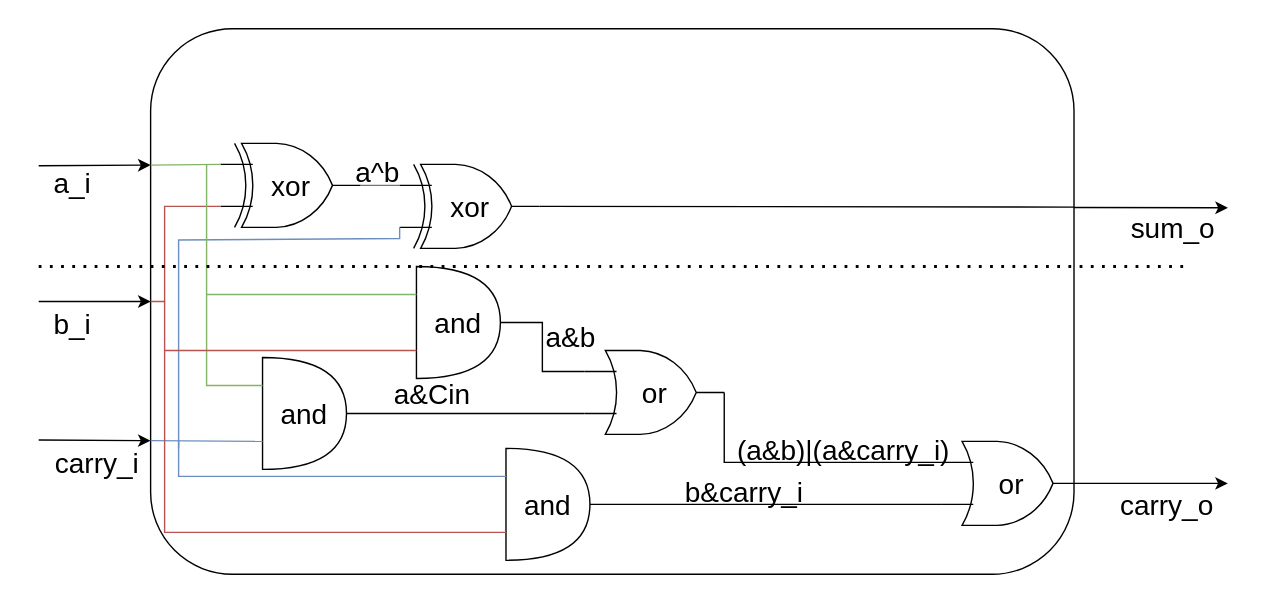
MPSU/APS keeps this draw.io diagram as .pic/Labs/lab_01_adder/fig_02.drawio.svg. Above is the earlier version. Source tidied: cells renumbered, new cells last; positions are measured from the earlier drawing's top-left corner, leaving out a move shared by most shapes.
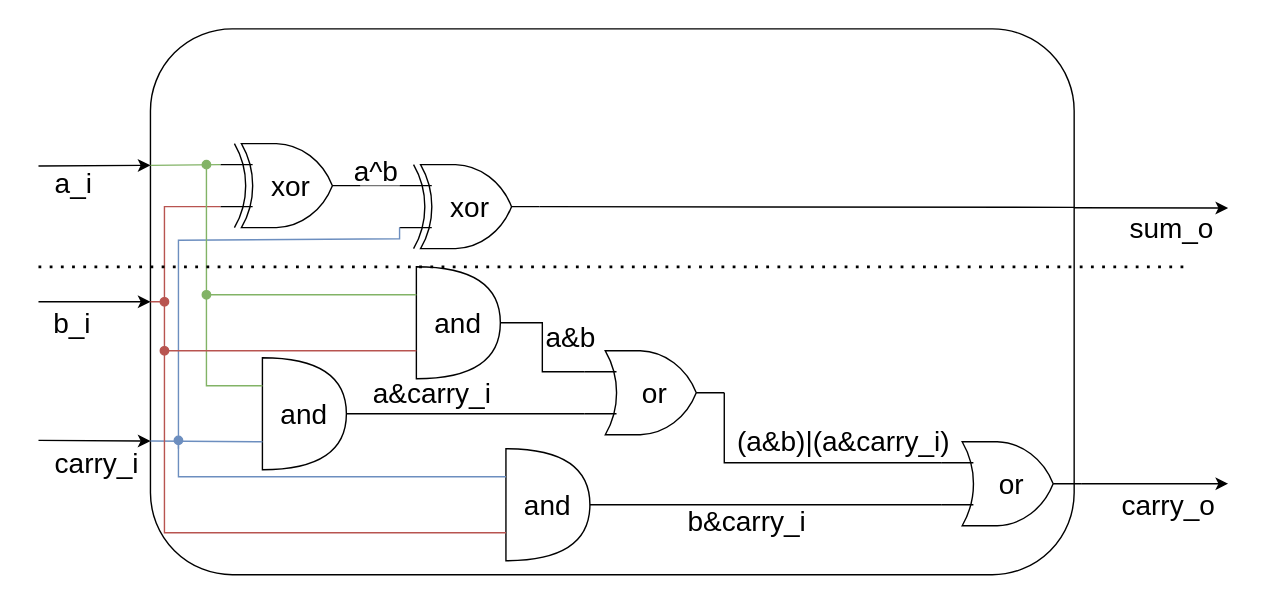
The same diagram one commit later.

Diff of the diagram source:
```diff
@@ -75,7 +75,7 @@
         </Array>
       </mxGeometry>
     </mxCell>
-    <mxCell id="17" style="endArrow=none;html=1;rounded=0;fontSize=20;fontColor=#000000;entryX=0;entryY=0.25;entryDx=0;entryDy=0;entryPerimeter=0;fillColor=#d5e8d4;strokeColor=#82b366;labelBackgroundColor=none;" parent="1" edge="1" target="5">
+    <mxCell id="17" style="endArrow=none;html=1;rounded=0;fontSize=20;fontColor=#000000;entryX=0;entryY=0.25;entryDx=0;entryDy=0;entryPerimeter=0;fillColor=#d5e8d4;strokeColor=#82b366;labelBackgroundColor=none;startArrow=oval;startFill=1;" parent="1" edge="1" target="5">
       <mxGeometry relative="1" as="geometry">
         <mxPoint x="120" y="97" as="sourcePoint" />
         <Array as="points">
@@ -92,12 +92,12 @@
     <mxCell id="20" value="and" style="shape=or;whiteSpace=wrap;html=1;fontSize=20;fillColor=none;labelBackgroundColor=none;fontColor=#000000;strokeColor=#000000;" parent="1" vertex="1">
       <mxGeometry x="334" y="300" width="60" height="80" as="geometry" />
     </mxCell>
-    <mxCell id="21" style="endArrow=none;html=1;rounded=0;fontSize=20;fontColor=#000000;entryX=0;entryY=0.25;entryDx=0;entryDy=0;entryPerimeter=0;fillColor=#d5e8d4;strokeColor=#82b366;labelBackgroundColor=none;" parent="1" edge="1" target="19">
+    <mxCell id="21" style="endArrow=none;html=1;rounded=0;fontSize=20;fontColor=#000000;entryX=0;entryY=0.25;entryDx=0;entryDy=0;entryPerimeter=0;fillColor=#d5e8d4;strokeColor=#82b366;labelBackgroundColor=none;startArrow=oval;startFill=1;" parent="1" edge="1" target="19">
       <mxGeometry relative="1" as="geometry">
         <mxPoint x="120" y="190" as="sourcePoint" />
       </mxGeometry>
     </mxCell>
-    <mxCell id="22" style="endArrow=none;html=1;rounded=0;fontSize=20;fontColor=#000000;entryX=0;entryY=0.75;entryDx=0;entryDy=0;entryPerimeter=0;fillColor=#f8cecc;strokeColor=#b85450;labelBackgroundColor=none;" parent="1" edge="1" target="19">
+    <mxCell id="22" style="endArrow=none;html=1;rounded=0;fontSize=20;fontColor=#000000;entryX=0;entryY=0.75;entryDx=0;entryDy=0;entryPerimeter=0;fillColor=#f8cecc;strokeColor=#b85450;labelBackgroundColor=none;startArrow=oval;startFill=1;" parent="1" edge="1" target="19">
       <mxGeometry relative="1" as="geometry">
         <mxPoint x="90" y="195" as="sourcePoint" />
         <Array as="points">
@@ -105,7 +105,7 @@
         </Array>
       </mxGeometry>
     </mxCell>
-    <mxCell id="23" style="endArrow=none;html=1;rounded=0;fontSize=20;fontColor=#000000;entryX=0;entryY=0.25;entryDx=0;entryDy=0;entryPerimeter=0;fillColor=#dae8fc;strokeColor=#6c8ebf;labelBackgroundColor=none;" parent="1" edge="1" target="20">
+    <mxCell id="23" style="endArrow=none;html=1;rounded=0;fontSize=20;fontColor=#000000;entryX=0;entryY=0.25;entryDx=0;entryDy=0;entryPerimeter=0;fillColor=#dae8fc;strokeColor=#6c8ebf;labelBackgroundColor=none;startArrow=oval;startFill=1;" parent="1" edge="1" target="20">
       <mxGeometry relative="1" as="geometry">
         <mxPoint x="100" y="294" as="sourcePoint" />
         <Array as="points">
@@ -115,7 +115,7 @@
         </Array>
       </mxGeometry>
     </mxCell>
-    <mxCell id="24" style="endArrow=none;html=1;rounded=0;fontSize=20;fontColor=#000000;entryX=0;entryY=0.75;entryDx=0;entryDy=0;entryPerimeter=0;fillColor=#f8cecc;strokeColor=#b85450;labelBackgroundColor=none;" parent="1" edge="1" target="20">
+    <mxCell id="24" style="endArrow=none;html=1;rounded=0;fontSize=20;fontColor=#000000;entryX=0;entryY=0.75;entryDx=0;entryDy=0;entryPerimeter=0;fillColor=#f8cecc;strokeColor=#b85450;labelBackgroundColor=none;startArrow=oval;startFill=1;" parent="1" edge="1" target="20">
       <mxGeometry relative="1" as="geometry">
         <mxPoint x="90" y="230" as="sourcePoint" />
         <Array as="points">
@@ -129,7 +129,7 @@
     <mxCell id="26" style="endArrow=none;html=1;rounded=0;fontSize=20;fontColor=#000000;exitX=1;exitY=0.5;exitDx=0;exitDy=0;exitPerimeter=0;entryX=0;entryY=0.75;entryDx=0;entryDy=0;entryPerimeter=0;labelBackgroundColor=none;strokeColor=#000000;" parent="1" edge="1" source="5" target="25">
       <mxGeometry relative="1" as="geometry" />
     </mxCell>
-    <mxCell id="27" value="a&amp;amp;Cin" style="edgeLabel;html=1;align=center;verticalAlign=middle;fontSize=20;fontColor=#000000;labelBackgroundColor=none;" parent="26" vertex="1">
+    <mxCell id="27" value="a&amp;amp;carry_i" style="edgeLabel;html=1;align=center;verticalAlign=middle;fontSize=20;fontColor=#000000;labelBackgroundColor=none;" parent="26" vertex="1">
       <mxGeometry x="-0.35" y="1" relative="1" as="geometry">
         <mxPoint x="5" y="-14" as="offset" />
       </mxGeometry>
@@ -153,7 +153,7 @@
     </mxCell>
     <mxCell id="32" value="b&amp;amp;&lt;span style=&quot;text-align: left;&quot;&gt;carry_i&lt;/span&gt;" style="edgeLabel;html=1;align=center;verticalAlign=middle;fontSize=20;fontColor=#000000;labelBackgroundColor=none;" parent="31" vertex="1">
       <mxGeometry x="-0.13" y="1" relative="1" as="geometry">
-        <mxPoint x="1" y="-9" as="offset" />
+        <mxPoint x="3" y="12" as="offset" />
       </mxGeometry>
     </mxCell>
     <mxCell id="33" style="endArrow=none;html=1;rounded=0;fontSize=20;fontColor=#000000;exitX=1;exitY=0.5;exitDx=0;exitDy=0;exitPerimeter=0;entryX=0;entryY=0.25;entryDx=0;entryDy=0;entryPerimeter=0;labelBackgroundColor=none;strokeColor=#000000;" parent="1" edge="1" source="25" target="30">
@@ -165,7 +165,7 @@
     </mxCell>
     <mxCell id="34" value="(a&amp;amp;b)|(a&amp;amp;&lt;span style=&quot;text-align: left;&quot;&gt;carry_i&lt;/span&gt;)" style="edgeLabel;html=1;align=center;verticalAlign=middle;fontSize=20;fontColor=#000000;labelBackgroundColor=none;" parent="33" vertex="1">
       <mxGeometry x="-0.07" relative="1" as="geometry">
-        <mxPoint x="39" y="-10" as="offset" />
+        <mxPoint x="39" y="-16" as="offset" />
       </mxGeometry>
     </mxCell>
     <mxCell id="35" style="endArrow=none;dashed=1;html=1;dashPattern=1 3;strokeWidth=2;rounded=0;fontSize=20;fontColor=#000000;labelBackgroundColor=none;strokeColor=#000000;" parent="1" edge="1">
```
